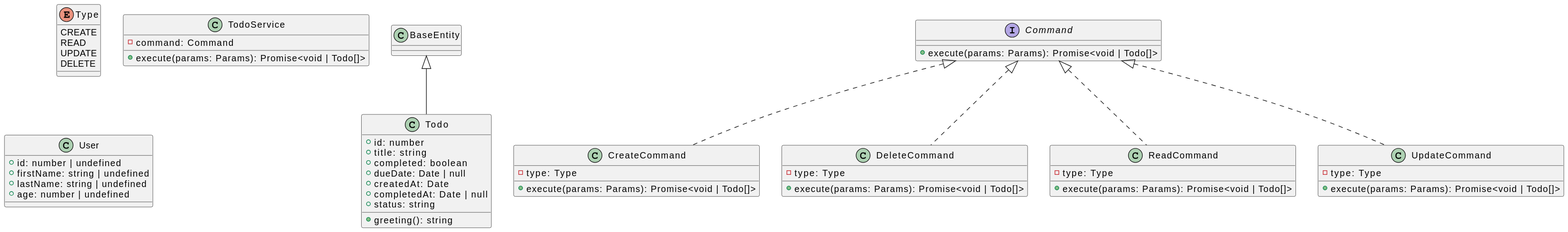
Above: docs/images/uml.svg in k2works/application_programing_excercise_2022 (PlantUML), before the change.
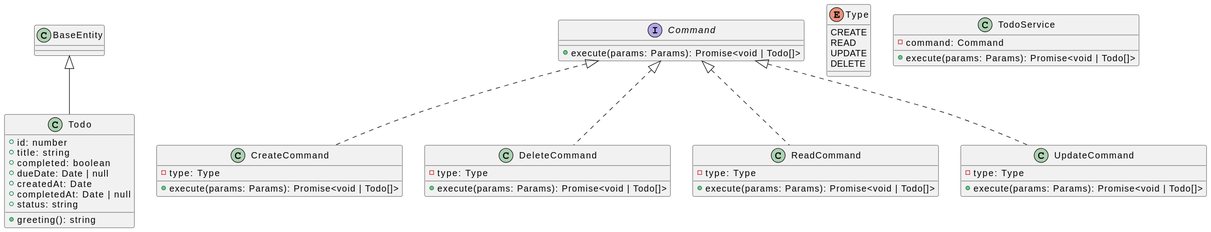
Later version of the same file.

Commit message:
docs: モデル更新

What changed in the source:
```diff
@@ -37,12 +37,6 @@
 interface Command {
     +execute(params: Params): Promise<void | Todo[]>
 }
-class User {
-    +id: number | undefined
-    +firstName: string | undefined
-    +lastName: string | undefined
-    +age: number | undefined
-}
 class Todo {
     +greeting(): string
 }
```
